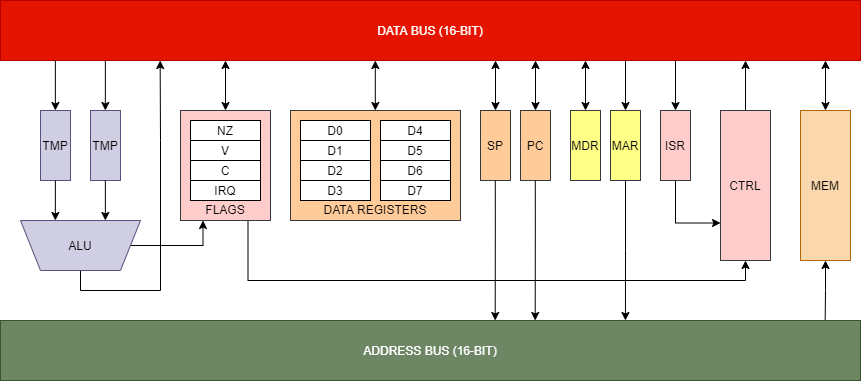
Above: Schematic/cpu8.drawio.png in techno-sorcery/CPU-16 (draw.io), before the change. Source tidied: cells renumbered, new cells last; positions are measured from the earlier drawing's top-left corner, leaving out a move shared by most shapes.
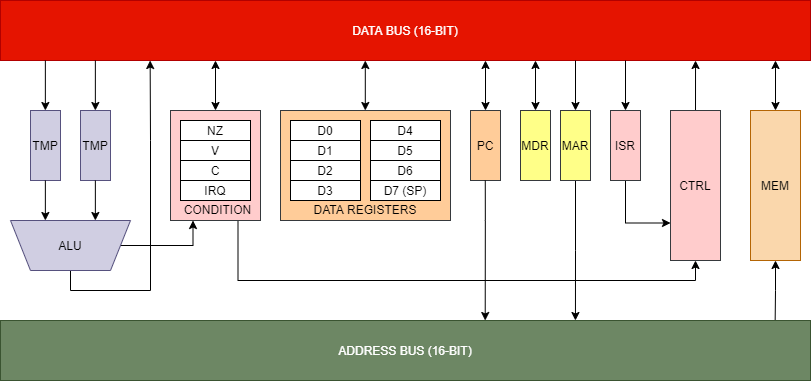
The same file after the commit.

The edit, as a diff of the source:
```diff
@@ -14,63 +14,55 @@
       <mxGeometry x="20" y="220" width="120" height="50" as="geometry" />
     </mxCell>
     <mxCell id="5" value="DATA BUS (16-BIT)" style="rounded=0;whiteSpace=wrap;html=1;comic=0;fillColor=#e51400;strokeColor=#B20000;fontColor=#ffffff;" parent="1" vertex="1">
-      <mxGeometry width="860" height="60" as="geometry" />
+      <mxGeometry x="10" width="810" height="60" as="geometry" />
     </mxCell>
     <mxCell id="6" style="edgeStyle=orthogonalEdgeStyle;rounded=0;jettySize=auto;html=1;exitX=0.5;exitY=0;exitDx=0;exitDy=0;entryX=0.975;entryY=1;entryDx=0;entryDy=0;entryPerimeter=0;startArrow=classic;startFill=1;endArrow=classic;endFill=1;" parent="1" edge="1" source="8">
       <mxGeometry relative="1" as="geometry">
-        <mxPoint x="825" y="60" as="targetPoint" />
+        <mxPoint x="785" y="60" as="targetPoint" />
       </mxGeometry>
     </mxCell>
     <mxCell id="7" style="edgeStyle=orthogonalEdgeStyle;rounded=0;jettySize=auto;html=1;exitX=0.5;exitY=1;exitDx=0;exitDy=0;entryX=0.962;entryY=0;entryDx=0;entryDy=0;entryPerimeter=0;startArrow=classic;startFill=1;endArrow=none;endFill=0;" parent="1" edge="1" source="8">
       <mxGeometry relative="1" as="geometry">
-        <mxPoint x="824.7" y="320" as="targetPoint" />
+        <mxPoint x="784.7" y="320" as="targetPoint" />
       </mxGeometry>
     </mxCell>
     <mxCell id="8" value="MEM" style="rounded=0;whiteSpace=wrap;html=1;comic=0;fillColor=#fad7ac;strokeColor=#b46504;" parent="1" vertex="1">
-      <mxGeometry x="800" y="110" width="50" height="150" as="geometry" />
+      <mxGeometry x="760" y="110" width="50" height="150" as="geometry" />
     </mxCell>
-    <mxCell id="9" style="edgeStyle=orthogonalEdgeStyle;rounded=0;jettySize=auto;html=1;exitX=0.5;exitY=0;exitDx=0;exitDy=0;entryX=0.365;entryY=1;entryDx=0;entryDy=0;entryPerimeter=0;startArrow=classic;startFill=1;endArrow=classic;endFill=1;" parent="1" edge="1" source="10">
-      <mxGeometry relative="1" as="geometry">
-        <mxPoint x="495" y="60" as="targetPoint" />
-      </mxGeometry>
-    </mxCell>
-    <mxCell id="10" value="SP" style="rounded=0;whiteSpace=wrap;html=1;comic=0;fillColor=#ffcc99;strokeColor=#36393d;horizontal=1;" parent="1" vertex="1">
-      <mxGeometry x="480" y="110" width="30" height="70" as="geometry" />
-    </mxCell>
     <mxCell id="11" style="edgeStyle=orthogonalEdgeStyle;rounded=0;jettySize=auto;html=1;exitX=0.5;exitY=0;exitDx=0;exitDy=0;entryX=0.685;entryY=1;entryDx=0;entryDy=0;entryPerimeter=0;startArrow=classic;startFill=1;endArrow=none;endFill=0;" parent="1" edge="1" source="13">
       <mxGeometry relative="1" as="geometry">
-        <mxPoint x="625" y="60" as="targetPoint" />
+        <mxPoint x="585" y="60" as="targetPoint" />
       </mxGeometry>
     </mxCell>
     <mxCell id="12" style="edgeStyle=orthogonalEdgeStyle;rounded=0;jettySize=auto;html=1;exitX=0.5;exitY=1;exitDx=0;exitDy=0;entryX=0.758;entryY=0;entryDx=0;entryDy=0;entryPerimeter=0;startArrow=none;startFill=0;endArrow=classic;endFill=1;" parent="1" edge="1" source="13">
       <mxGeometry relative="1" as="geometry">
-        <mxPoint x="624.9" y="320" as="targetPoint" />
+        <mxPoint x="584.9" y="320" as="targetPoint" />
       </mxGeometry>
     </mxCell>
     <mxCell id="13" value="&lt;font color=&quot;#000000&quot;&gt;MAR&lt;br&gt;&lt;/font&gt;" style="rounded=0;whiteSpace=wrap;html=1;comic=0;fillColor=#ffff88;strokeColor=#36393d;" parent="1" vertex="1">
-      <mxGeometry x="610" y="110" width="30" height="70" as="geometry" />
+      <mxGeometry x="570" y="110" width="30" height="70" as="geometry" />
     </mxCell>
     <mxCell id="14" style="edgeStyle=orthogonalEdgeStyle;rounded=0;jettySize=auto;html=1;exitX=0.5;exitY=0;exitDx=0;exitDy=0;entryX=0.595;entryY=1;entryDx=0;entryDy=0;entryPerimeter=0;startArrow=classic;startFill=1;endArrow=classic;endFill=1;" parent="1" edge="1" source="15">
       <mxGeometry relative="1" as="geometry">
-        <mxPoint x="535" y="60" as="targetPoint" />
+        <mxPoint x="495" y="60" as="targetPoint" />
       </mxGeometry>
     </mxCell>
     <mxCell id="15" value="PC" style="rounded=0;whiteSpace=wrap;html=1;comic=0;fillColor=#ffcc99;strokeColor=#36393d;" parent="1" vertex="1">
-      <mxGeometry x="520" y="110" width="30" height="70" as="geometry" />
+      <mxGeometry x="480" y="110" width="30" height="70" as="geometry" />
     </mxCell>
     <mxCell id="16" style="edgeStyle=orthogonalEdgeStyle;rounded=0;jettySize=auto;html=1;exitX=0.5;exitY=0;exitDx=0;exitDy=0;entryX=0.855;entryY=1;entryDx=0;entryDy=0;entryPerimeter=0;startArrow=classic;startFill=1;endArrow=none;endFill=0;" parent="1" edge="1" source="18">
       <mxGeometry relative="1" as="geometry">
-        <mxPoint x="675" y="60" as="targetPoint" />
+        <mxPoint x="635" y="60" as="targetPoint" />
       </mxGeometry>
     </mxCell>
     <mxCell id="17" style="edgeStyle=orthogonalEdgeStyle;rounded=0;jettySize=auto;html=1;exitX=0.5;exitY=1;exitDx=0;exitDy=0;entryX=0;entryY=0.75;entryDx=0;entryDy=0;" parent="1" edge="1" source="18" target="24">
       <mxGeometry relative="1" as="geometry" />
     </mxCell>
     <mxCell id="18" value="ISR" style="rounded=0;whiteSpace=wrap;html=1;comic=0;fillColor=#ffcccc;strokeColor=#36393d;" parent="1" vertex="1">
-      <mxGeometry x="660" y="110" width="30" height="70" as="geometry" />
+      <mxGeometry x="620" y="110" width="30" height="70" as="geometry" />
     </mxCell>
     <mxCell id="19" value="ADDRESS BUS (16-BIT)" style="rounded=0;whiteSpace=wrap;html=1;comic=0;fillColor=#6d8764;strokeColor=#3A5431;fontColor=#ffffff;" parent="1" vertex="1">
-      <mxGeometry y="320" width="860" height="60" as="geometry" />
+      <mxGeometry x="10" y="320" width="810" height="60" as="geometry" />
     </mxCell>
     <mxCell id="20" style="edgeStyle=orthogonalEdgeStyle;rounded=0;jettySize=auto;html=1;exitX=0.5;exitY=0;exitDx=0;exitDy=0;entryX=0.195;entryY=1;entryDx=0;entryDy=0;entryPerimeter=0;startArrow=classic;startFill=1;endArrow=classic;endFill=1;" parent="1" edge="1" source="22">
       <mxGeometry relative="1" as="geometry">
@@ -85,11 +77,11 @@
     </mxCell>
     <mxCell id="23" style="edgeStyle=orthogonalEdgeStyle;rounded=0;jettySize=auto;html=1;exitX=0.5;exitY=0;exitDx=0;exitDy=0;" parent="1" edge="1" source="24">
       <mxGeometry relative="1" as="geometry">
-        <mxPoint x="745" y="60" as="targetPoint" />
+        <mxPoint x="705" y="60" as="targetPoint" />
       </mxGeometry>
     </mxCell>
     <mxCell id="24" value="CTRL" style="rounded=0;whiteSpace=wrap;html=1;comic=0;fillColor=#ffcccc;strokeColor=#36393d;" parent="1" vertex="1">
-      <mxGeometry x="720" y="110" width="50" height="150" as="geometry" />
+      <mxGeometry x="680" y="110" width="50" height="150" as="geometry" />
     </mxCell>
     <mxCell id="25" value="TMP" style="rounded=0;whiteSpace=wrap;html=1;comic=0;fillColor=#d0cee2;strokeColor=#56517e;" parent="1" vertex="1">
       <mxGeometry x="90" y="110" width="30" height="70" as="geometry" />
@@ -117,24 +109,14 @@
     </mxCell>
     <mxCell id="30" style="edgeStyle=orthogonalEdgeStyle;rounded=0;orthogonalLoop=1;jettySize=auto;html=1;exitX=0.5;exitY=1;exitDx=0;exitDy=0;entryX=0.758;entryY=0;entryDx=0;entryDy=0;entryPerimeter=0;startArrow=none;startFill=0;endArrow=classic;endFill=1;" parent="1" edge="1">
       <mxGeometry relative="1" as="geometry">
-        <mxPoint x="534.8" y="180" as="sourcePoint" />
-        <mxPoint x="534.7" y="320" as="targetPoint" />
+        <mxPoint x="494.8" y="180" as="sourcePoint" />
+        <mxPoint x="494.7" y="320" as="targetPoint" />
         <Array as="points">
-          <mxPoint x="534.8" y="220" />
-          <mxPoint x="534.8" y="220" />
+          <mxPoint x="494.8" y="220" />
+          <mxPoint x="494.8" y="220" />
         </Array>
       </mxGeometry>
     </mxCell>
-    <mxCell id="31" style="edgeStyle=orthogonalEdgeStyle;rounded=0;orthogonalLoop=1;jettySize=auto;html=1;exitX=0.5;exitY=1;exitDx=0;exitDy=0;entryX=0.758;entryY=0;entryDx=0;entryDy=0;entryPerimeter=0;startArrow=none;startFill=0;endArrow=classic;endFill=1;" parent="1" edge="1">
-      <mxGeometry relative="1" as="geometry">
-        <mxPoint x="494.8" y="180" as="sourcePoint" />
-        <mxPoint x="494.7" y="320" as="targetPoint" />
-        <Array as="points">
-          <mxPoint x="494.8" y="220" />
-          <mxPoint x="494.8" y="220" />
-        </Array>
-      </mxGeometry>
-    </mxCell>
     <mxCell id="32" value="TMP" style="rounded=0;whiteSpace=wrap;html=1;comic=0;fillColor=#d0cee2;strokeColor=#56517e;" parent="1" vertex="1">
       <mxGeometry x="40" y="110" width="30" height="70" as="geometry" />
     </mxCell>
@@ -171,16 +153,16 @@
     <mxCell id="41" value="D3" style="rounded=0;whiteSpace=wrap;html=1;comic=0;" parent="1" vertex="1">
       <mxGeometry x="300" y="180" width="70" height="20" as="geometry" />
     </mxCell>
-    <mxCell id="42" value="D7" style="rounded=0;whiteSpace=wrap;html=1;comic=0;" parent="1" vertex="1">
+    <mxCell id="42" value="D7 (SP)" style="rounded=0;whiteSpace=wrap;html=1;comic=0;" parent="1" vertex="1">
       <mxGeometry x="380" y="180" width="70" height="20" as="geometry" />
     </mxCell>
     <mxCell id="43" style="edgeStyle=orthogonalEdgeStyle;rounded=0;jettySize=auto;html=1;exitX=0.5;exitY=0;exitDx=0;exitDy=0;entryX=0.685;entryY=1;entryDx=0;entryDy=0;entryPerimeter=0;startArrow=classic;startFill=1;endArrow=classic;endFill=1;" parent="1" edge="1" source="44">
       <mxGeometry relative="1" as="geometry">
-        <mxPoint x="585" y="60" as="targetPoint" />
+        <mxPoint x="545" y="60" as="targetPoint" />
       </mxGeometry>
     </mxCell>
     <mxCell id="44" value="&lt;font color=&quot;#000000&quot;&gt;MDR&lt;br&gt;&lt;/font&gt;" style="rounded=0;whiteSpace=wrap;html=1;comic=0;fillColor=#ffff88;strokeColor=#36393d;" parent="1" vertex="1">
-      <mxGeometry x="570" y="110" width="30" height="70" as="geometry" />
+      <mxGeometry x="530" y="110" width="30" height="70" as="geometry" />
     </mxCell>
     <mxCell id="45" value="DATA REGISTERS" style="text;html=1;strokeColor=none;fillColor=none;align=center;verticalAlign=middle;whiteSpace=wrap;rounded=0;" parent="1" vertex="1">
       <mxGeometry x="315" y="194" width="120" height="30" as="geometry" />
@@ -194,11 +176,11 @@
     <mxCell id="48" value="C" style="rounded=0;whiteSpace=wrap;html=1;comic=0;" parent="1" vertex="1">
       <mxGeometry x="190" y="160" width="70" height="20" as="geometry" />
     </mxCell>
-    <mxCell id="49" value="IRQ" style="rounded=0;whiteSpace=wrap;html=1;comic=0;" parent="1" vertex="1">
+    <mxCell id="49" value="IRQ" style="rounded=0;whiteSpace=wrap;html=1;comic=0;strokeColor=#000000;" parent="1" vertex="1">
       <mxGeometry x="190" y="180" width="70" height="20" as="geometry" />
     </mxCell>
-    <mxCell id="50" value="FLAGS" style="text;html=1;strokeColor=none;fillColor=none;align=center;verticalAlign=middle;whiteSpace=wrap;rounded=0;" parent="1" vertex="1">
-      <mxGeometry x="195" y="194" width="60" height="30" as="geometry" />
+    <mxCell id="50" value="CONDITION" style="text;html=1;strokeColor=none;fillColor=none;align=center;verticalAlign=middle;whiteSpace=wrap;rounded=0;" parent="1" vertex="1">
+      <mxGeometry x="200" y="194" width="55" height="30" as="geometry" />
     </mxCell>
   </root>
 </mxGraphModel>
```
